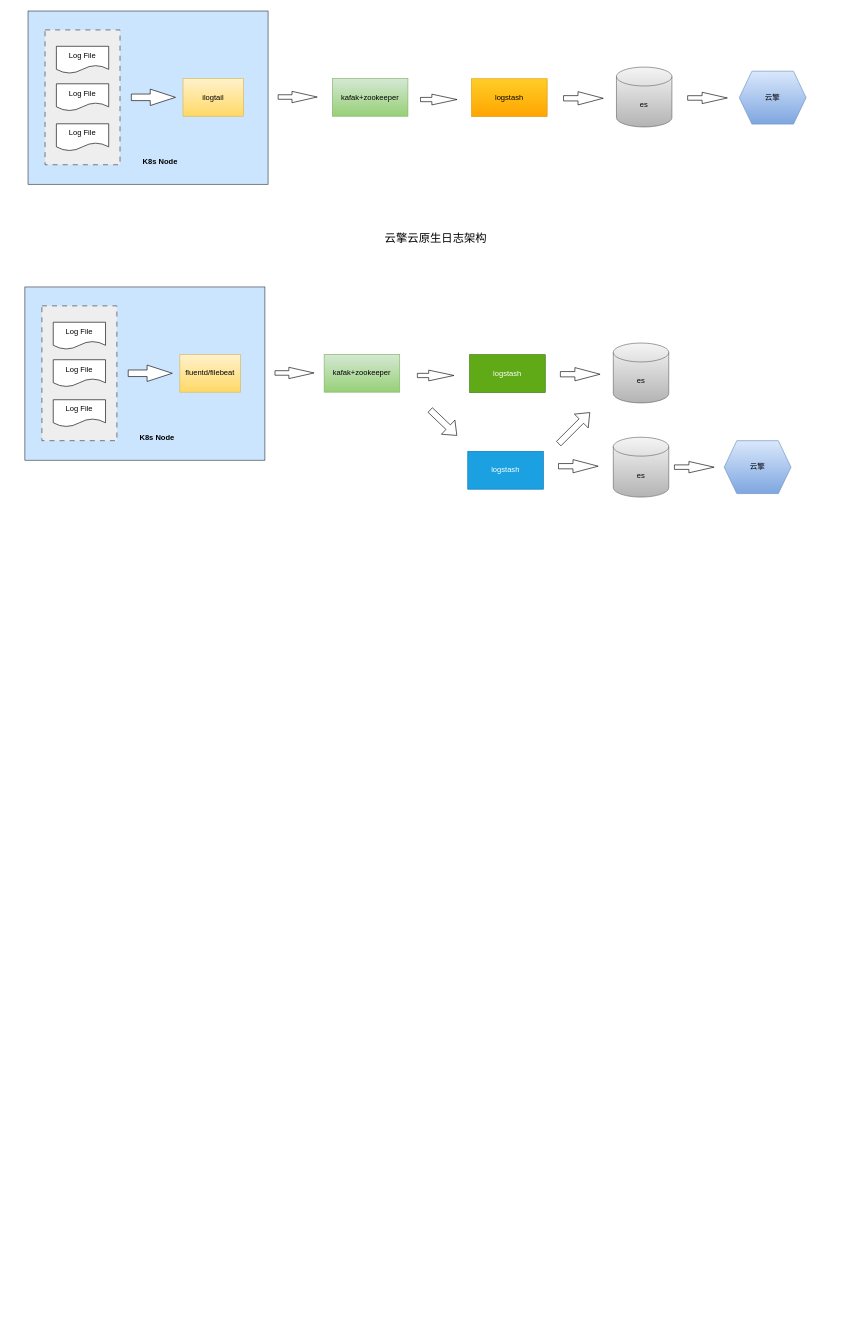
This is 日志架构.drawio from ArimaKouseiYL/design, a draw.io file, before an edit. Source tidied: cells renumbered, new cells numbered last; positions are measured from the earlier drawing's top-left corner, leaving out a move shared by most shapes. Both pictures are drawn from the tidied source at 63%, with x=0, y=0 at pixel (25, 11).
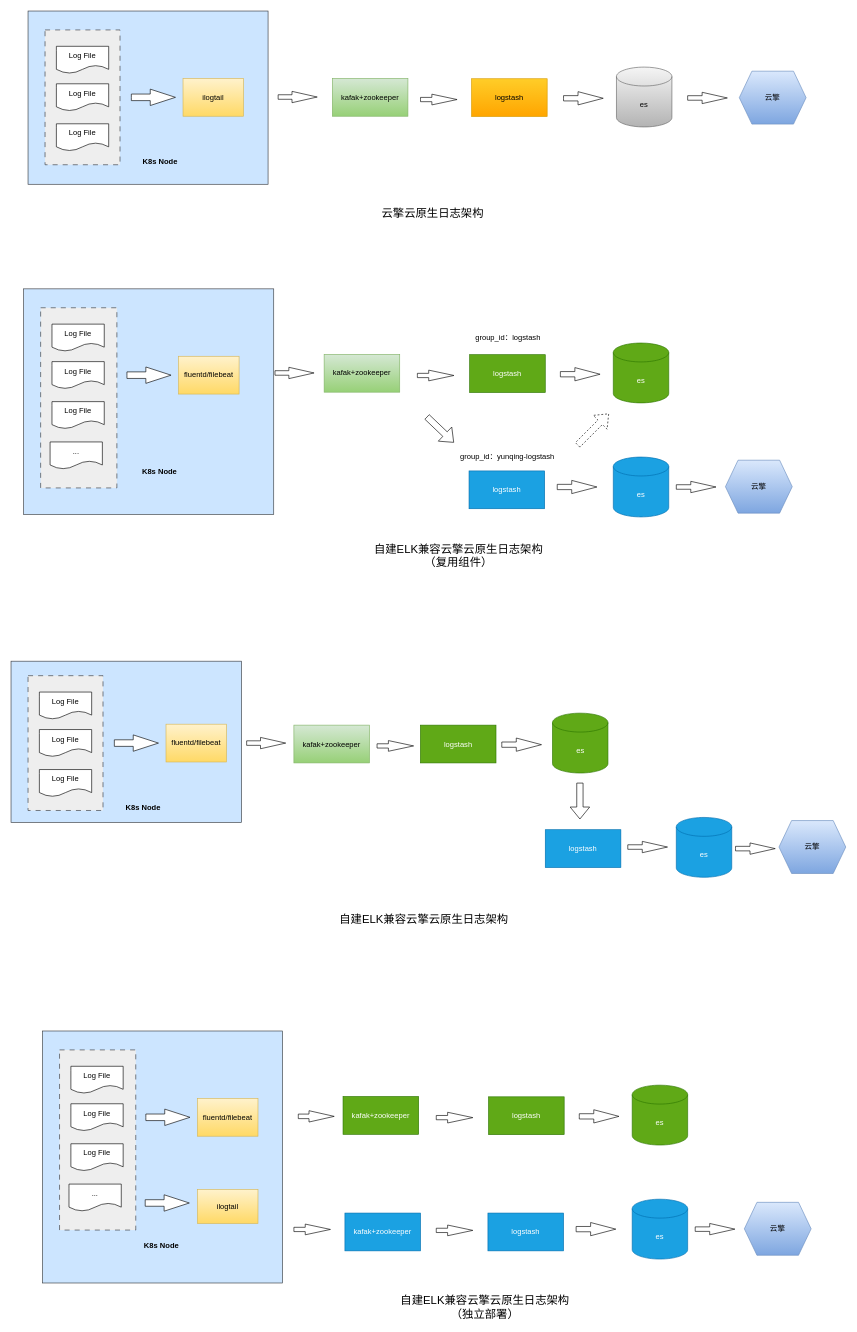
Above is the later version.

Commit message:
更新日志架构.drawio

What changed in the source:
```diff
@@
     <mxCell id="18" value="&lt;font style=&quot;font-size: 18px;&quot;&gt;云擎云原生日志架构&lt;/font&gt;" style="text;html=1;align=center;verticalAlign=middle;whiteSpace=wrap;rounded=0;" parent="1" vertex="1">
-      <mxGeometry x="556" y="346" width="193" height="30" as="geometry" />
+      <mxGeometry x="551" y="307" width="193" height="30" as="geometry" />
     </mxCell>
     <mxCell id="19" style="rounded=0;whiteSpace=wrap;html=1;fillColor=#cce5ff;strokeColor=#36393d;" parent="1" vertex="1">
-      <mxGeometry y="438" width="381" height="275" as="geometry" />
+      <mxGeometry x="-2" y="441" width="397" height="358" as="geometry" />
     </mxCell>
     <mxCell id="20" value="fluentd/filebeat" style="rounded=0;whiteSpace=wrap;html=1;fillColor=#fff2cc;strokeColor=#d6b656;gradientColor=#ffd966;" parent="1" vertex="1">
-      <mxGeometry x="246" y="545" width="96" height="60" as="geometry" />
+      <mxGeometry x="244" y="548" width="96" height="60" as="geometry" />
     </mxCell>
     <mxCell id="21" style="rounded=0;whiteSpace=wrap;html=1;dashed=1;dashPattern=8 8;fillColor=#eeeeee;strokeColor=#36393d;" parent="1" vertex="1">
-      <mxGeometry x="27" y="468" width="119" height="214" as="geometry" />
+      <mxGeometry x="25" y="471" width="121" height="286" as="geometry" />
     </mxCell>
     <mxCell id="22" style="html=1;shadow=0;dashed=0;align=center;verticalAlign=middle;shape=mxgraph.arrows2.arrow;dy=0.6;dx=40;notch=0;" parent="1" vertex="1">
-      <mxGeometry x="164" y="562" width="70" height="26" as="geometry" />
+      <mxGeometry x="162" y="565" width="70" height="26" as="geometry" />
     </mxCell>
@@
-    <mxCell id="27" value="es" style="shape=cylinder3;whiteSpace=wrap;html=1;boundedLbl=1;backgroundOutline=1;size=15;fillColor=#f5f5f5;strokeColor=#666666;gradientColor=#b3b3b3;" parent="1" vertex="1">
+    <mxCell id="27" value="es" style="shape=cylinder3;whiteSpace=wrap;html=1;boundedLbl=1;backgroundOutline=1;size=15;fillColor=#60a917;strokeColor=#2D7600;fontColor=#ffffff;" parent="1" vertex="1">
       <mxGeometry x="934" y="527" width="88" height="95" as="geometry" />
     </mxCell>
@@
     <mxCell id="29" style="html=1;shadow=0;dashed=0;align=center;verticalAlign=middle;shape=mxgraph.arrows2.arrow;dy=0.6;dx=40;notch=0;" parent="1" vertex="1">
-      <mxGeometry x="1031" y="715" width="63" height="18" as="geometry" />
+      <mxGeometry x="1034" y="746.5" width="63" height="18" as="geometry" />
     </mxCell>
     <mxCell id="30" value="云擎" style="shape=hexagon;perimeter=hexagonPerimeter2;whiteSpace=wrap;html=1;fixedSize=1;fillColor=#dae8fc;strokeColor=#6c8ebf;gradientColor=#7ea6e0;" parent="1" vertex="1">
-      <mxGeometry x="1110" y="682" width="106" height="84" as="geometry" />
+      <mxGeometry x="1112" y="713" width="106" height="84" as="geometry" />
     </mxCell>
     <mxCell id="31" value="Log File" style="shape=document;whiteSpace=wrap;html=1;boundedLbl=1;" parent="1" vertex="1">
-      <mxGeometry x="45" y="494" width="83" height="43" as="geometry" />
+      <mxGeometry x="43" y="497" width="83" height="43" as="geometry" />
     </mxCell>
     <mxCell id="32" value="Log File" style="shape=document;whiteSpace=wrap;html=1;boundedLbl=1;" parent="1" vertex="1">
-      <mxGeometry x="45" y="553.5" width="83" height="43" as="geometry" />
+      <mxGeometry x="43" y="556.5" width="83" height="43" as="geometry" />
     </mxCell>
     <mxCell id="33" value="Log File" style="shape=document;whiteSpace=wrap;html=1;boundedLbl=1;" parent="1" vertex="1">
-      <mxGeometry x="45" y="617" width="83" height="43" as="geometry" />
+      <mxGeometry x="43" y="620" width="83" height="43" as="geometry" />
     </mxCell>
     <mxCell id="34" value="&lt;b&gt;K8s Node&lt;/b&gt;" style="text;html=1;align=center;verticalAlign=middle;whiteSpace=wrap;rounded=0;" parent="1" vertex="1">
-      <mxGeometry x="179.5" y="663" width="60" height="30" as="geometry" />
+      <mxGeometry x="184" y="716.5" width="60" height="30" as="geometry" />
     </mxCell>
     <mxCell id="35" value="logstash" style="rounded=0;whiteSpace=wrap;html=1;fillColor=#1ba1e2;strokeColor=#006EAF;fontColor=#ffffff;" parent="1" vertex="1">
-      <mxGeometry x="703" y="699" width="120" height="60" as="geometry" />
+      <mxGeometry x="705" y="730" width="120" height="60" as="geometry" />
     </mxCell>
-    <mxCell id="36" value="es" style="shape=cylinder3;whiteSpace=wrap;html=1;boundedLbl=1;backgroundOutline=1;size=15;fillColor=#f5f5f5;strokeColor=#666666;gradientColor=#b3b3b3;" parent="1" vertex="1">
-      <mxGeometry x="934" y="676.5" width="88" height="95" as="geometry" />
+    <mxCell id="36" value="es" style="shape=cylinder3;whiteSpace=wrap;html=1;boundedLbl=1;backgroundOutline=1;size=15;fillColor=#1ba1e2;strokeColor=#006EAF;fontColor=#ffffff;" parent="1" vertex="1">
+      <mxGeometry x="934" y="708" width="88" height="95" as="geometry" />
     </mxCell>
     <mxCell id="37" style="html=1;shadow=0;dashed=0;align=center;verticalAlign=middle;shape=mxgraph.arrows2.arrow;dy=0.6;dx=40;notch=0;" parent="1" vertex="1">
-      <mxGeometry x="847" y="712" width="63" height="21" as="geometry" />
+      <mxGeometry x="845" y="745" width="63" height="21" as="geometry" />
     </mxCell>
-    <mxCell id="38" style="shape=flexArrow;endArrow=classic;html=1;rounded=0;" parent="1" edge="1">
+    <mxCell id="38" style="shape=flexArrow;endArrow=classic;html=1;rounded=0;dashed=1;" parent="1" edge="1">
       <mxGeometry relative="1" as="geometry">
-        <mxPoint x="847" y="687" as="sourcePoint" />
-        <mxPoint x="897" y="637" as="targetPoint" />
+        <mxPoint x="877" y="689" as="sourcePoint" />
+        <mxPoint x="927" y="639" as="targetPoint" />
       </mxGeometry>
     </mxCell>
     <mxCell id="39" style="shape=flexArrow;endArrow=classic;html=1;rounded=0;" parent="1" edge="1">
       <mxGeometry relative="1" as="geometry">
-        <mxPoint x="643" y="633" as="sourcePoint" />
-        <mxPoint x="686" y="674" as="targetPoint" />
+        <mxPoint x="638" y="644" as="sourcePoint" />
+        <mxPoint x="681" y="685" as="targetPoint" />
       </mxGeometry>
     </mxCell>
+    <mxCell id="40" value="group_id：logstash" style="text;html=1;align=center;verticalAlign=middle;whiteSpace=wrap;rounded=0;" parent="1" vertex="1">
+      <mxGeometry x="709" y="504" width="116" height="30" as="geometry" />
+    </mxCell>
+    <mxCell id="41" value="group_id：yunqing-logstash" style="text;html=1;align=center;verticalAlign=middle;whiteSpace=wrap;rounded=0;" parent="1" vertex="1">
+      <mxGeometry x="687" y="693" width="158" height="30" as="geometry" />
+    </mxCell>
+    <mxCell id="42" value="..." style="shape=document;whiteSpace=wrap;html=1;boundedLbl=1;" parent="1" vertex="1">
+      <mxGeometry x="40" y="684" width="83" height="43" as="geometry" />
+    </mxCell>
+    <mxCell id="43" value="&lt;font style=&quot;font-size: 18px;&quot;&gt;自建ELK兼容云擎云原生日志架构&lt;/font&gt;&lt;div&gt;&lt;font style=&quot;font-size: 18px;&quot;&gt;（复用组件）&lt;/font&gt;&lt;/div&gt;" style="text;html=1;align=center;verticalAlign=middle;whiteSpace=wrap;rounded=0;" parent="1" vertex="1">
+      <mxGeometry x="525.5" y="845" width="324.5" height="39" as="geometry" />
+    </mxCell>
+    <mxCell id="44" style="rounded=0;whiteSpace=wrap;html=1;fillColor=#cce5ff;strokeColor=#36393d;" parent="1" vertex="1">
+      <mxGeometry x="-22" y="1032" width="366" height="256" as="geometry" />
+    </mxCell>
+    <mxCell id="45" value="fluentd/filebeat" style="rounded=0;whiteSpace=wrap;html=1;fillColor=#fff2cc;strokeColor=#d6b656;gradientColor=#ffd966;" parent="1" vertex="1">
+      <mxGeometry x="224" y="1132" width="96" height="60" as="geometry" />
+    </mxCell>
+    <mxCell id="46" style="rounded=0;whiteSpace=wrap;html=1;dashed=1;dashPattern=8 8;fillColor=#eeeeee;strokeColor=#36393d;" parent="1" vertex="1">
+      <mxGeometry x="5" y="1055" width="119" height="214" as="geometry" />
+    </mxCell>
+    <mxCell id="47" style="html=1;shadow=0;dashed=0;align=center;verticalAlign=middle;shape=mxgraph.arrows2.arrow;dy=0.6;dx=40;notch=0;" parent="1" vertex="1">
+      <mxGeometry x="142" y="1149" width="70" height="26" as="geometry" />
+    </mxCell>
+    <mxCell id="48" style="html=1;shadow=0;dashed=0;align=center;verticalAlign=middle;shape=mxgraph.arrows2.arrow;dy=0.6;dx=40;notch=0;" parent="1" vertex="1">
+      <mxGeometry x="352" y="1153" width="62" height="18" as="geometry" />
+    </mxCell>
+    <mxCell id="49" value="kafak+zookeeper" style="rounded=0;whiteSpace=wrap;html=1;fillColor=#d5e8d4;strokeColor=#82b366;gradientColor=#97d077;" parent="1" vertex="1">
+      <mxGeometry x="427" y="1133.5" width="120" height="60" as="geometry" />
+    </mxCell>
+    <mxCell id="50" value="logstash" style="rounded=0;whiteSpace=wrap;html=1;fillColor=#60a917;strokeColor=#2D7600;fontColor=#ffffff;" parent="1" vertex="1">
+      <mxGeometry x="627.8" y="1133.5" width="120" height="60" as="geometry" />
+    </mxCell>
+    <mxCell id="51" style="html=1;shadow=0;dashed=0;align=center;verticalAlign=middle;shape=mxgraph.arrows2.arrow;dy=0.6;dx=40;notch=0;" parent="1" vertex="1">
+      <mxGeometry x="559" y="1158" width="58" height="17" as="geometry" />
+    </mxCell>
+    <mxCell id="52" value="es" style="shape=cylinder3;whiteSpace=wrap;html=1;boundedLbl=1;backgroundOutline=1;size=15;fillColor=#60a917;strokeColor=#2D7600;fontColor=#ffffff;" parent="1" vertex="1">
+      <mxGeometry x="837.5" y="1114.5" width="88" height="95" as="geometry" />
+    </mxCell>
+    <mxCell id="53" style="html=1;shadow=0;dashed=0;align=center;verticalAlign=middle;shape=mxgraph.arrows2.arrow;dy=0.6;dx=40;notch=0;" parent="1" vertex="1">
+      <mxGeometry x="757" y="1154" width="63" height="21" as="geometry" />
+    </mxCell>
+    <mxCell id="54" style="html=1;shadow=0;dashed=0;align=center;verticalAlign=middle;shape=mxgraph.arrows2.arrow;dy=0.6;dx=40;notch=0;" parent="1" vertex="1">
+      <mxGeometry x="957" y="1318" width="63" height="18" as="geometry" />
+    </mxCell>
+    <mxCell id="55" value="云擎" style="shape=hexagon;perimeter=hexagonPerimeter2;whiteSpace=wrap;html=1;fixedSize=1;fillColor=#dae8fc;strokeColor=#6c8ebf;gradientColor=#7ea6e0;" parent="1" vertex="1">
+      <mxGeometry x="1197" y="1285" width="106" height="84" as="geometry" />
+    </mxCell>
+    <mxCell id="56" value="Log File" style="shape=document;whiteSpace=wrap;html=1;boundedLbl=1;" parent="1" vertex="1">
+      <mxGeometry x="23" y="1081" width="83" height="43" as="geometry" />
+    </mxCell>
+    <mxCell id="57" value="Log File" style="shape=document;whiteSpace=wrap;html=1;boundedLbl=1;" parent="1" vertex="1">
+      <mxGeometry x="23" y="1140.5" width="83" height="43" as="geometry" />
+    </mxCell>
+    <mxCell id="58" value="Log File" style="shape=document;whiteSpace=wrap;html=1;boundedLbl=1;" parent="1" vertex="1">
+      <mxGeometry x="23" y="1204" width="83" height="43" as="geometry" />
+    </mxCell>
+    <mxCell id="59" value="&lt;b&gt;K8s Node&lt;/b&gt;" style="text;html=1;align=center;verticalAlign=middle;whiteSpace=wrap;rounded=0;" parent="1" vertex="1">
+      <mxGeometry x="157.5" y="1250" width="60" height="30" as="geometry" />
+    </mxCell>
+    <mxCell id="60" value="&lt;font style=&quot;font-size: 18px;&quot;&gt;自建ELK兼容云擎云原生日志架构&lt;/font&gt;" style="text;html=1;align=center;verticalAlign=middle;whiteSpace=wrap;rounded=0;" parent="1" vertex="1">
+      <mxGeometry x="471" y="1422" width="324.5" height="39" as="geometry" />
+    </mxCell>
+    <mxCell id="61" value="logstash" style="rounded=0;whiteSpace=wrap;html=1;fillColor=#1ba1e2;strokeColor=#006EAF;fontColor=#ffffff;" parent="1" vertex="1">
+      <mxGeometry x="826" y="1299.5" width="120" height="60" as="geometry" />
+    </mxCell>
+    <mxCell id="62" value="es" style="shape=cylinder3;whiteSpace=wrap;html=1;boundedLbl=1;backgroundOutline=1;size=15;fillColor=#1ba1e2;strokeColor=#006EAF;fontColor=#ffffff;" parent="1" vertex="1">
+      <mxGeometry x="1034" y="1280" width="88" height="95" as="geometry" />
+    </mxCell>
+    <mxCell id="63" style="shape=flexArrow;endArrow=classic;html=1;rounded=0;" parent="1" edge="1">
+      <mxGeometry relative="1" as="geometry">
+        <mxPoint x="881" y="1225" as="sourcePoint" />
+        <mxPoint x="881" y="1283" as="targetPoint" />
+      </mxGeometry>
+    </mxCell>
+    <mxCell id="64" style="html=1;shadow=0;dashed=0;align=center;verticalAlign=middle;shape=mxgraph.arrows2.arrow;dy=0.6;dx=40;notch=0;" parent="1" vertex="1">
+      <mxGeometry x="1128" y="1320.5" width="63" height="18" as="geometry" />
+    </mxCell>
+    <mxCell id="65" style="rounded=0;whiteSpace=wrap;html=1;fillColor=#cce5ff;strokeColor=#36393d;" parent="1" vertex="1">
+      <mxGeometry x="28" y="1619" width="381" height="400" as="geometry" />
+    </mxCell>
+    <mxCell id="66" value="fluentd/filebeat" style="rounded=0;whiteSpace=wrap;html=1;fillColor=#fff2cc;strokeColor=#d6b656;gradientColor=#ffd966;" parent="1" vertex="1">
+      <mxGeometry x="274" y="1726" width="96" height="60" as="geometry" />
+    </mxCell>
+    <mxCell id="67" style="rounded=0;whiteSpace=wrap;html=1;dashed=1;dashPattern=8 8;fillColor=#eeeeee;strokeColor=#36393d;" parent="1" vertex="1">
+      <mxGeometry x="55" y="1649" width="121" height="286" as="geometry" />
+    </mxCell>
+    <mxCell id="68" style="html=1;shadow=0;dashed=0;align=center;verticalAlign=middle;shape=mxgraph.arrows2.arrow;dy=0.6;dx=40;notch=0;" parent="1" vertex="1">
+      <mxGeometry x="192" y="1743" width="70" height="26" as="geometry" />
+    </mxCell>
+    <mxCell id="69" style="html=1;shadow=0;dashed=0;align=center;verticalAlign=middle;shape=mxgraph.arrows2.arrow;dy=0.6;dx=40;notch=0;" parent="1" vertex="1">
+      <mxGeometry x="434" y="1745.5" width="57" height="18" as="geometry" />
+    </mxCell>
+    <mxCell id="70" value="kafak+zookeeper" style="rounded=0;whiteSpace=wrap;html=1;fillColor=#60a917;strokeColor=#2D7600;fontColor=#ffffff;" parent="1" vertex="1">
+      <mxGeometry x="505" y="1723" width="120" height="60" as="geometry" />
+    </mxCell>
+    <mxCell id="71" value="logstash" style="rounded=0;whiteSpace=wrap;html=1;fillColor=#60a917;strokeColor=#2D7600;fontColor=#ffffff;" parent="1" vertex="1">
+      <mxGeometry x="736" y="1723.5" width="120" height="60" as="geometry" />
+    </mxCell>
+    <mxCell id="72" style="html=1;shadow=0;dashed=0;align=center;verticalAlign=middle;shape=mxgraph.arrows2.arrow;dy=0.6;dx=40;notch=0;" parent="1" vertex="1">
+      <mxGeometry x="653" y="1748" width="58" height="17" as="geometry" />
+    </mxCell>
+    <mxCell id="73" value="es" style="shape=cylinder3;whiteSpace=wrap;html=1;boundedLbl=1;backgroundOutline=1;size=15;fillColor=#60a917;strokeColor=#2D7600;fontColor=#ffffff;" parent="1" vertex="1">
+      <mxGeometry x="964" y="1705" width="88" height="95" as="geometry" />
+    </mxCell>
+    <mxCell id="74" style="html=1;shadow=0;dashed=0;align=center;verticalAlign=middle;shape=mxgraph.arrows2.arrow;dy=0.6;dx=40;notch=0;" parent="1" vertex="1">
+      <mxGeometry x="880" y="1744" width="63" height="21" as="geometry" />
+    </mxCell>
+    <mxCell id="75" style="html=1;shadow=0;dashed=0;align=center;verticalAlign=middle;shape=mxgraph.arrows2.arrow;dy=0.6;dx=40;notch=0;" parent="1" vertex="1">
+      <mxGeometry x="1064" y="1924.5" width="63" height="18" as="geometry" />
+    </mxCell>
+    <mxCell id="76" value="云擎" style="shape=hexagon;perimeter=hexagonPerimeter2;whiteSpace=wrap;html=1;fixedSize=1;fillColor=#dae8fc;strokeColor=#6c8ebf;gradientColor=#7ea6e0;" parent="1" vertex="1">
+      <mxGeometry x="1142" y="1891" width="106" height="84" as="geometry" />
+    </mxCell>
+    <mxCell id="77" value="Log File" style="shape=document;whiteSpace=wrap;html=1;boundedLbl=1;" parent="1" vertex="1">
+      <mxGeometry x="73" y="1675" width="83" height="43" as="geometry" />
+    </mxCell>
+    <mxCell id="78" value="Log File" style="shape=document;whiteSpace=wrap;html=1;boundedLbl=1;" parent="1" vertex="1">
+      <mxGeometry x="73" y="1734.5" width="83" height="43" as="geometry" />
+    </mxCell>
+    <mxCell id="79" value="Log File" style="shape=document;whiteSpace=wrap;html=1;boundedLbl=1;" parent="1" vertex="1">
+      <mxGeometry x="73" y="1798" width="83" height="43" as="geometry" />
+    </mxCell>
+    <mxCell id="80" value="&lt;b&gt;K8s Node&lt;/b&gt;" style="text;html=1;align=center;verticalAlign=middle;whiteSpace=wrap;rounded=0;" parent="1" vertex="1">
+      <mxGeometry x="187" y="1945" width="60" height="30" as="geometry" />
+    </mxCell>
+    <mxCell id="81" value="logstash" style="rounded=0;whiteSpace=wrap;html=1;fillColor=#1ba1e2;strokeColor=#006EAF;fontColor=#ffffff;" parent="1" vertex="1">
+      <mxGeometry x="735" y="1908" width="120" height="60" as="geometry" />
+    </mxCell>
+    <mxCell id="82" value="es" style="shape=cylinder3;whiteSpace=wrap;html=1;boundedLbl=1;backgroundOutline=1;size=15;fillColor=#1ba1e2;strokeColor=#006EAF;fontColor=#ffffff;" parent="1" vertex="1">
+      <mxGeometry x="964" y="1886" width="88" height="95" as="geometry" />
+    </mxCell>
+    <mxCell id="83" style="html=1;shadow=0;dashed=0;align=center;verticalAlign=middle;shape=mxgraph.arrows2.arrow;dy=0.6;dx=40;notch=0;" parent="1" vertex="1">
+      <mxGeometry x="875" y="1923" width="63" height="21" as="geometry" />
+    </mxCell>
+    <mxCell id="84" value="..." style="shape=document;whiteSpace=wrap;html=1;boundedLbl=1;" parent="1" vertex="1">
+      <mxGeometry x="70" y="1862" width="83" height="43" as="geometry" />
+    </mxCell>
+    <mxCell id="85" value="&lt;font style=&quot;font-size: 18px;&quot;&gt;自建ELK兼容云擎云原生日志架构&lt;/font&gt;&lt;div&gt;&lt;font style=&quot;font-size: 18px;&quot;&gt;（独立部署）&lt;/font&gt;&lt;/div&gt;" style="text;html=1;align=center;verticalAlign=middle;whiteSpace=wrap;rounded=0;" parent="1" vertex="1">
+      <mxGeometry x="535" y="2043" width="390.5" height="29" as="geometry" />
+    </mxCell>
+    <mxCell id="86" value="kafak+zookeeper" style="rounded=0;whiteSpace=wrap;html=1;fillColor=#1ba1e2;strokeColor=#006EAF;fontColor=#ffffff;" parent="1" vertex="1">
+      <mxGeometry x="508" y="1908" width="120" height="60" as="geometry" />
+    </mxCell>
+    <mxCell id="87" style="html=1;shadow=0;dashed=0;align=center;verticalAlign=middle;shape=mxgraph.arrows2.arrow;dy=0.6;dx=40;notch=0;" parent="1" vertex="1">
+      <mxGeometry x="653" y="1927" width="58" height="17" as="geometry" />
+    </mxCell>
+    <mxCell id="88" value="ilogtail" style="rounded=0;whiteSpace=wrap;html=1;fillColor=#fff2cc;strokeColor=#d6b656;gradientColor=#ffd966;" parent="1" vertex="1">
+      <mxGeometry x="274" y="1870.5" width="96" height="54" as="geometry" />
+    </mxCell>
+    <mxCell id="89" style="html=1;shadow=0;dashed=0;align=center;verticalAlign=middle;shape=mxgraph.arrows2.arrow;dy=0.6;dx=40;notch=0;" parent="1" vertex="1">
+      <mxGeometry x="191" y="1879" width="70" height="26" as="geometry" />
+    </mxCell>
+    <mxCell id="90" style="html=1;shadow=0;dashed=0;align=center;verticalAlign=middle;shape=mxgraph.arrows2.arrow;dy=0.6;dx=40;notch=0;" parent="1" vertex="1">
+      <mxGeometry x="427" y="1925.5" width="58" height="17" as="geometry" />
+    </mxCell>
```
